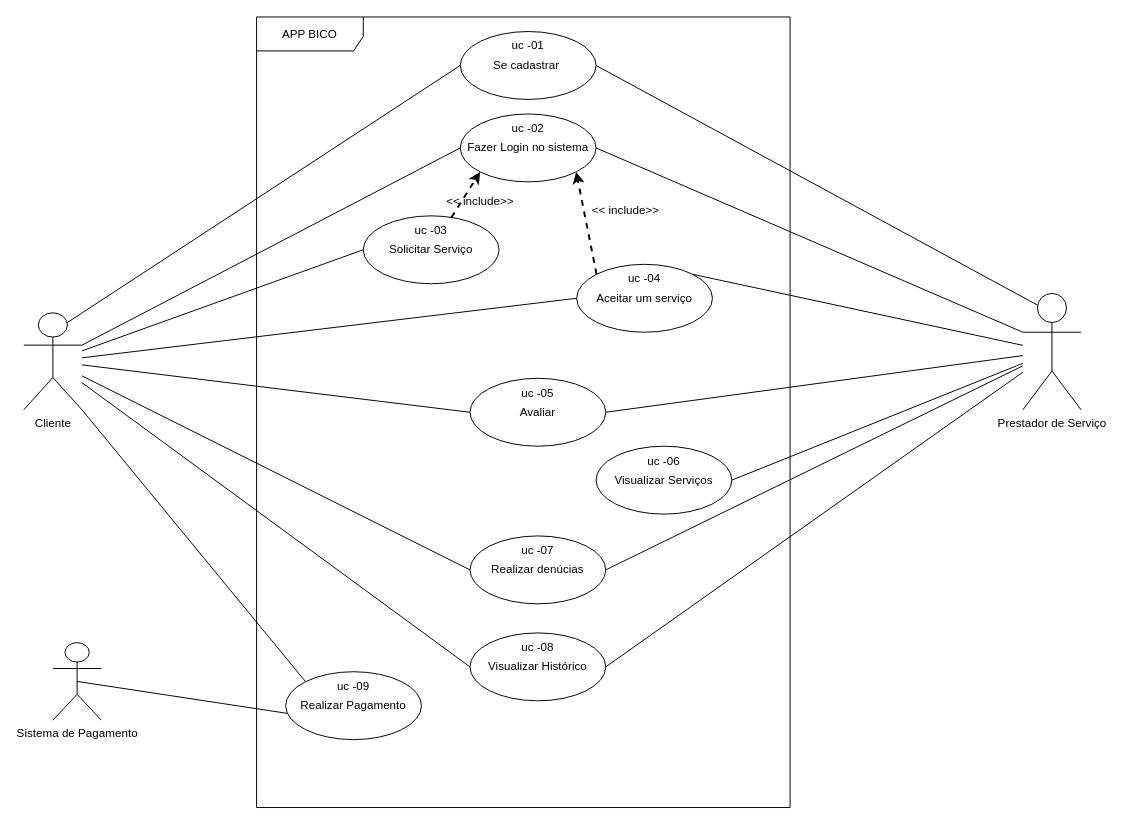
daikisuga/BICO keeps this draw.io diagram as Casos_de_uso_Diagrama_editavel/casos de uso.drawio. Above is the earlier version. Source tidied: cells renumbered, new cells numbered last; positions are measured from the earlier drawing's top-left corner, leaving out a move shared by most shapes. Both pictures are drawn from the tidied source at 97%, with x=0, y=0 at pixel (23, 16).
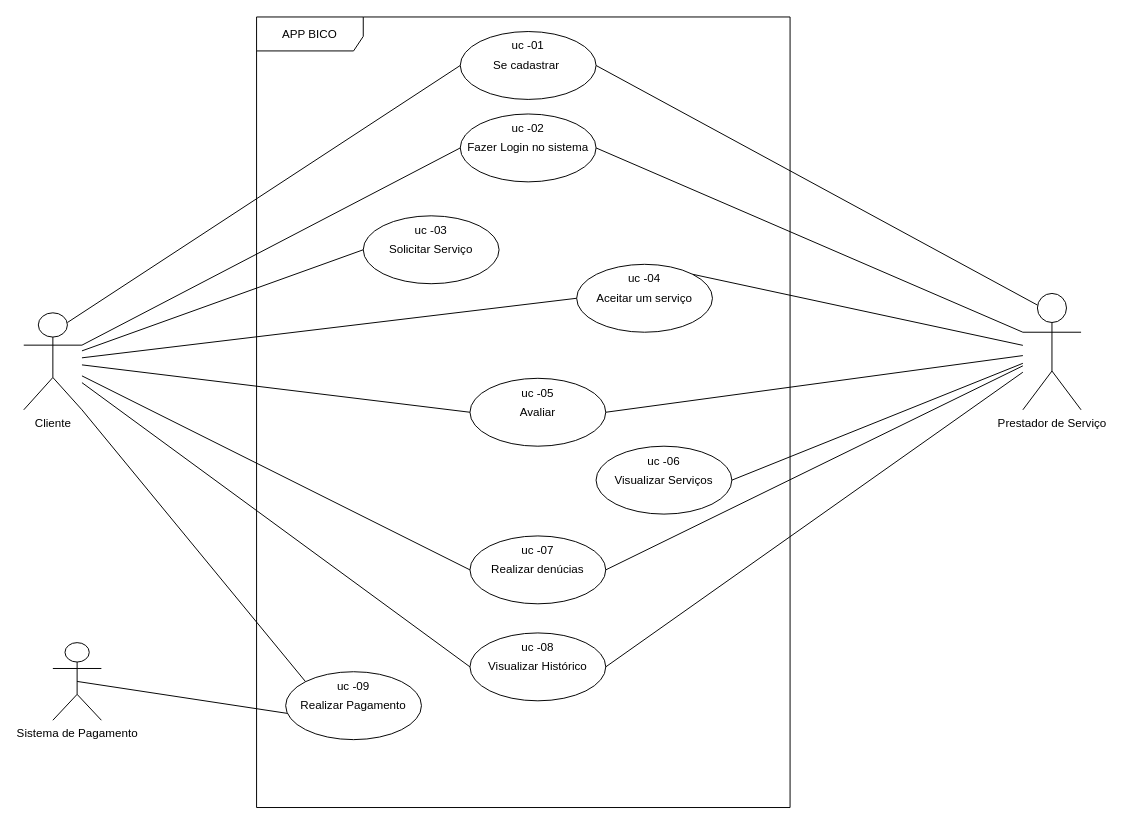
After the change.

The change refers to these unchanged cells:
```xml
<mxCell id="3" value="Fazer Login no sistema" style="ellipse;whiteSpace=wrap;html=1;" parent="1" vertex="1">
  <mxGeometry x="450" y="100" width="140" height="70" as="geometry" />
</mxCell>
<mxCell id="5" value="Solicitar Serviço" style="ellipse;whiteSpace=wrap;html=1;" parent="1" vertex="1">
  <mxGeometry x="350" y="205" width="140" height="70" as="geometry" />
</mxCell>
<mxCell id="16" value="Aceitar um serviço" style="ellipse;whiteSpace=wrap;html=1;" parent="1" vertex="1">
  <mxGeometry x="570" y="255" width="140" height="70" as="geometry" />
</mxCell>
```

What changed in the source:
```diff
@@
-    <mxCell id="31" style="endArrow=classic;dashed=1;html=1;strokeWidth=2;rounded=0;entryX=0;entryY=1;entryDx=0;entryDy=0;endFill=1;" parent="1" edge="1" source="5" target="3">
-      <mxGeometry relative="1" as="geometry" />
-    </mxCell>
-    <mxCell id="32" style="endArrow=classic;dashed=1;html=1;strokeWidth=2;rounded=0;entryX=1;entryY=1;entryDx=0;entryDy=0;exitX=0;exitY=0;exitDx=0;exitDy=0;endFill=1;" parent="1" edge="1" source="16" target="3">
-      <mxGeometry relative="1" as="geometry" />
-    </mxCell>
-    <mxCell id="33" value="&amp;lt;&amp;lt; include&amp;gt;&amp;gt;" style="text;strokeColor=none;fillColor=none;align=left;verticalAlign=middle;spacingLeft=4;spacingRight=4;overflow=hidden;whiteSpace=wrap;html=1;" parent="1" vertex="1">
-      <mxGeometry x="430" y="175" width="80" height="30" as="geometry" />
-    </mxCell>
-    <mxCell id="34" value="&amp;lt;&amp;lt; include&amp;gt;&amp;gt;" style="text;strokeColor=none;fillColor=none;align=left;verticalAlign=middle;spacingLeft=4;spacingRight=4;overflow=hidden;whiteSpace=wrap;html=1;" parent="1" vertex="1">
-      <mxGeometry x="580" y="185" width="80" height="30" as="geometry" />
-    </mxCell>
```
